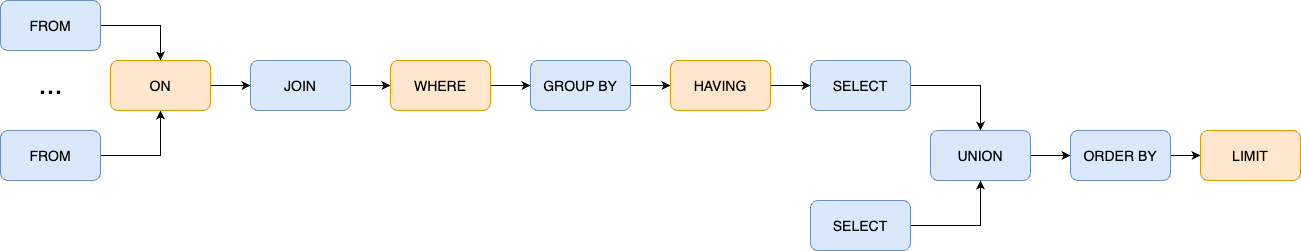
GuanN1ng/GuanN1ng.github.io keeps this draw.io diagram as _posts/image/sql_order.png. Above is the earlier version. Source tidied: cells renumbered, new cells last; positions are measured from the earlier drawing's top-left corner, leaving out a move shared by most shapes. Its diagram source:
```xml
<mxGraphModel>
  <root>
    <mxCell id="0" />
    <mxCell id="1" parent="0" />
    <mxCell id="2" style="edgeStyle=orthogonalEdgeStyle;rounded=0;jettySize=auto;html=1;exitX=1;exitY=0.5;exitDx=0;exitDy=0;entryX=0.5;entryY=0;entryDx=0;entryDy=0;fontSize=14;" parent="1" edge="1" source="3" target="7">
      <mxGeometry relative="1" as="geometry" />
    </mxCell>
    <mxCell id="3" value="&lt;span style=&quot;font-size: 14px;&quot;&gt;FROM&lt;/span&gt;" style="rounded=1;whiteSpace=wrap;html=1;fontSize=26;align=center;fontStyle=0;horizontal=1;verticalAlign=top;fillColor=#dae8fc;strokeColor=#6c8ebf;glass=0;shadow=0;" parent="1" vertex="1">
      <mxGeometry width="100" height="50" as="geometry" />
    </mxCell>
    <mxCell id="4" style="edgeStyle=orthogonalEdgeStyle;rounded=0;jettySize=auto;html=1;exitX=1;exitY=0.5;exitDx=0;exitDy=0;entryX=0.5;entryY=1;entryDx=0;entryDy=0;fontSize=14;" parent="1" edge="1" source="5" target="7">
      <mxGeometry relative="1" as="geometry" />
    </mxCell>
    <mxCell id="5" value="&lt;span style=&quot;font-size: 14px;&quot;&gt;FROM&lt;/span&gt;" style="rounded=1;whiteSpace=wrap;html=1;fontSize=26;align=center;fontStyle=0;horizontal=1;verticalAlign=top;fillColor=#dae8fc;strokeColor=#6c8ebf;glass=0;shadow=0;" parent="1" vertex="1">
      <mxGeometry y="130" width="100" height="50" as="geometry" />
    </mxCell>
    <mxCell id="6" style="edgeStyle=orthogonalEdgeStyle;rounded=0;jettySize=auto;html=1;exitX=1;exitY=0.5;exitDx=0;exitDy=0;entryX=0;entryY=0.5;entryDx=0;entryDy=0;fontSize=14;" parent="1" edge="1" source="7" target="9">
      <mxGeometry relative="1" as="geometry" />
    </mxCell>
    <mxCell id="7" value="&lt;span style=&quot;font-size: 14px;&quot;&gt;ON&lt;/span&gt;" style="rounded=1;whiteSpace=wrap;html=1;fontSize=26;align=center;fontStyle=0;horizontal=1;verticalAlign=top;fillColor=#ffe6cc;strokeColor=#d79b00;glass=0;shadow=0;" parent="1" vertex="1">
      <mxGeometry x="110" y="60" width="100" height="50" as="geometry" />
    </mxCell>
    <mxCell id="8" style="edgeStyle=orthogonalEdgeStyle;rounded=0;jettySize=auto;html=1;exitX=1;exitY=0.5;exitDx=0;exitDy=0;entryX=0;entryY=0.5;entryDx=0;entryDy=0;fontSize=14;" parent="1" edge="1" source="9" target="11">
      <mxGeometry relative="1" as="geometry" />
    </mxCell>
    <mxCell id="9" value="&lt;span style=&quot;font-size: 14px;&quot;&gt;JOIN&lt;/span&gt;" style="rounded=1;whiteSpace=wrap;html=1;fontSize=26;align=center;fontStyle=0;horizontal=1;verticalAlign=top;fillColor=#dae8fc;strokeColor=#6c8ebf;glass=0;shadow=0;" parent="1" vertex="1">
      <mxGeometry x="250" y="60" width="100" height="50" as="geometry" />
    </mxCell>
    <mxCell id="10" style="edgeStyle=orthogonalEdgeStyle;rounded=0;jettySize=auto;html=1;exitX=1;exitY=0.5;exitDx=0;exitDy=0;entryX=0;entryY=0.5;entryDx=0;entryDy=0;fontSize=14;" parent="1" edge="1" source="11" target="13">
      <mxGeometry relative="1" as="geometry" />
    </mxCell>
    <mxCell id="11" value="&lt;span style=&quot;font-size: 14px;&quot;&gt;WHERE&lt;/span&gt;" style="rounded=1;whiteSpace=wrap;html=1;fontSize=26;align=center;fontStyle=0;horizontal=1;verticalAlign=top;fillColor=#ffe6cc;strokeColor=#d79b00;glass=0;shadow=0;" parent="1" vertex="1">
      <mxGeometry x="390" y="60" width="100" height="50" as="geometry" />
    </mxCell>
    <mxCell id="12" style="edgeStyle=orthogonalEdgeStyle;rounded=0;jettySize=auto;html=1;exitX=1;exitY=0.5;exitDx=0;exitDy=0;entryX=0;entryY=0.5;entryDx=0;entryDy=0;fontSize=14;" parent="1" edge="1" source="13" target="15">
      <mxGeometry relative="1" as="geometry" />
    </mxCell>
    <mxCell id="13" value="&lt;span style=&quot;font-size: 14px;&quot;&gt;GROUP BY&lt;/span&gt;" style="rounded=1;whiteSpace=wrap;html=1;fontSize=26;align=center;fontStyle=0;horizontal=1;verticalAlign=top;fillColor=#dae8fc;strokeColor=#6c8ebf;glass=0;shadow=0;" parent="1" vertex="1">
      <mxGeometry x="530" y="60" width="100" height="50" as="geometry" />
    </mxCell>
    <mxCell id="14" style="edgeStyle=orthogonalEdgeStyle;rounded=0;jettySize=auto;html=1;exitX=1;exitY=0.5;exitDx=0;exitDy=0;entryX=0;entryY=0.5;entryDx=0;entryDy=0;fontSize=14;" parent="1" edge="1" source="15" target="17">
      <mxGeometry relative="1" as="geometry" />
    </mxCell>
    <mxCell id="15" value="&lt;span style=&quot;font-size: 14px;&quot;&gt;HAVING&lt;/span&gt;" style="rounded=1;whiteSpace=wrap;html=1;fontSize=26;align=center;fontStyle=0;horizontal=1;verticalAlign=top;fillColor=#ffe6cc;strokeColor=#d79b00;glass=0;shadow=0;" parent="1" vertex="1">
      <mxGeometry x="670" y="60" width="100" height="50" as="geometry" />
    </mxCell>
    <mxCell id="16" style="edgeStyle=orthogonalEdgeStyle;rounded=0;jettySize=auto;html=1;exitX=1;exitY=0.5;exitDx=0;exitDy=0;entryX=0.5;entryY=0;entryDx=0;entryDy=0;fontSize=29;" parent="1" edge="1" source="17" target="19">
      <mxGeometry relative="1" as="geometry" />
    </mxCell>
    <mxCell id="17" value="&lt;span style=&quot;font-size: 14px;&quot;&gt;SELECT&lt;/span&gt;" style="rounded=1;whiteSpace=wrap;html=1;fontSize=26;align=center;fontStyle=0;horizontal=1;verticalAlign=top;fillColor=#dae8fc;strokeColor=#6c8ebf;glass=0;shadow=0;" parent="1" vertex="1">
      <mxGeometry x="810" y="60" width="100" height="50" as="geometry" />
    </mxCell>
    <mxCell id="18" style="edgeStyle=orthogonalEdgeStyle;rounded=0;jettySize=auto;html=1;exitX=1;exitY=0.5;exitDx=0;exitDy=0;fontSize=29;" parent="1" edge="1" source="19" target="21">
      <mxGeometry relative="1" as="geometry" />
    </mxCell>
    <mxCell id="19" value="&lt;span style=&quot;font-size: 14px;&quot;&gt;UNION&lt;/span&gt;" style="rounded=1;whiteSpace=wrap;html=1;fontSize=26;align=center;fontStyle=0;horizontal=1;verticalAlign=top;fillColor=#dae8fc;strokeColor=#6c8ebf;glass=0;shadow=0;" parent="1" vertex="1">
      <mxGeometry x="930" y="130" width="100" height="50" as="geometry" />
    </mxCell>
    <mxCell id="20" style="edgeStyle=orthogonalEdgeStyle;rounded=0;jettySize=auto;html=1;exitX=1;exitY=0.5;exitDx=0;exitDy=0;entryX=0;entryY=0.5;entryDx=0;entryDy=0;fontSize=14;" parent="1" edge="1" source="21" target="22">
      <mxGeometry relative="1" as="geometry" />
    </mxCell>
    <mxCell id="21" value="&lt;span style=&quot;font-size: 14px;&quot;&gt;ORDER BY&lt;/span&gt;" style="rounded=1;whiteSpace=wrap;html=1;fontSize=26;align=center;fontStyle=0;horizontal=1;verticalAlign=top;fillColor=#dae8fc;strokeColor=#6c8ebf;glass=0;shadow=0;" parent="1" vertex="1">
      <mxGeometry x="1070" y="130" width="100" height="50" as="geometry" />
    </mxCell>
    <mxCell id="22" value="&lt;span style=&quot;font-size: 14px;&quot;&gt;LIMIT&lt;/span&gt;" style="rounded=1;whiteSpace=wrap;html=1;fontSize=26;align=center;fontStyle=0;horizontal=1;verticalAlign=top;fillColor=#ffe6cc;strokeColor=#d79b00;glass=0;shadow=0;" parent="1" vertex="1">
      <mxGeometry x="1200" y="130" width="100" height="50" as="geometry" />
    </mxCell>
    <mxCell id="23" style="edgeStyle=orthogonalEdgeStyle;rounded=0;jettySize=auto;html=1;exitX=1;exitY=0.5;exitDx=0;exitDy=0;entryX=0.5;entryY=1;entryDx=0;entryDy=0;fontSize=14;" parent="1" edge="1" source="24" target="19">
      <mxGeometry relative="1" as="geometry" />
    </mxCell>
    <mxCell id="24" value="&lt;span style=&quot;font-size: 14px;&quot;&gt;SELECT&lt;/span&gt;" style="rounded=1;whiteSpace=wrap;html=1;fontSize=26;align=center;fontStyle=0;horizontal=1;verticalAlign=top;fillColor=#dae8fc;strokeColor=#6c8ebf;glass=0;shadow=0;" parent="1" vertex="1">
      <mxGeometry x="810" y="200" width="100" height="50" as="geometry" />
    </mxCell>
    <mxCell id="25" value="..." style="text;html=1;align=center;verticalAlign=middle;strokeColor=none;fillColor=none;fontSize=29;" parent="1" vertex="1">
      <mxGeometry x="25" y="60" width="50" height="50" as="geometry" />
    </mxCell>
  </root>
</mxGraphModel>
```
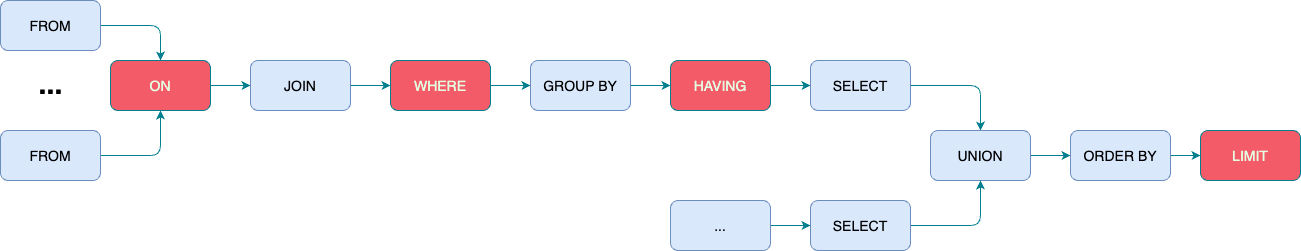
After the change.

Change to the diagram source:
```diff
@@ -2,77 +2,83 @@
   <root>
     <mxCell id="0" />
     <mxCell id="1" parent="0" />
-    <mxCell id="2" style="edgeStyle=orthogonalEdgeStyle;rounded=0;jettySize=auto;html=1;exitX=1;exitY=0.5;exitDx=0;exitDy=0;entryX=0.5;entryY=0;entryDx=0;entryDy=0;fontSize=14;" parent="1" edge="1" source="3" target="7">
+    <mxCell id="2" style="edgeStyle=orthogonalEdgeStyle;rounded=1;jettySize=auto;html=1;exitX=1;exitY=0.5;exitDx=0;exitDy=0;entryX=0.5;entryY=0;entryDx=0;entryDy=0;fontSize=14;labelBackgroundColor=none;strokeColor=#028090;fontColor=default;" parent="1" edge="1" source="3" target="7">
       <mxGeometry relative="1" as="geometry" />
     </mxCell>
-    <mxCell id="3" value="&lt;span style=&quot;font-size: 14px;&quot;&gt;FROM&lt;/span&gt;" style="rounded=1;whiteSpace=wrap;html=1;fontSize=26;align=center;fontStyle=0;horizontal=1;verticalAlign=top;fillColor=#dae8fc;strokeColor=#6c8ebf;glass=0;shadow=0;" parent="1" vertex="1">
+    <mxCell id="3" value="&lt;span style=&quot;font-size: 14px;&quot;&gt;FROM&lt;/span&gt;" style="rounded=1;whiteSpace=wrap;html=1;fontSize=26;align=center;fontStyle=0;horizontal=1;verticalAlign=top;fillColor=#dae8fc;strokeColor=#6c8ebf;glass=0;shadow=0;labelBackgroundColor=none;" parent="1" vertex="1">
       <mxGeometry width="100" height="50" as="geometry" />
     </mxCell>
-    <mxCell id="4" style="edgeStyle=orthogonalEdgeStyle;rounded=0;jettySize=auto;html=1;exitX=1;exitY=0.5;exitDx=0;exitDy=0;entryX=0.5;entryY=1;entryDx=0;entryDy=0;fontSize=14;" parent="1" edge="1" source="5" target="7">
+    <mxCell id="4" style="edgeStyle=orthogonalEdgeStyle;rounded=1;jettySize=auto;html=1;exitX=1;exitY=0.5;exitDx=0;exitDy=0;entryX=0.5;entryY=1;entryDx=0;entryDy=0;fontSize=14;labelBackgroundColor=none;strokeColor=#028090;fontColor=default;" parent="1" edge="1" source="5" target="7">
       <mxGeometry relative="1" as="geometry" />
     </mxCell>
-    <mxCell id="5" value="&lt;span style=&quot;font-size: 14px;&quot;&gt;FROM&lt;/span&gt;" style="rounded=1;whiteSpace=wrap;html=1;fontSize=26;align=center;fontStyle=0;horizontal=1;verticalAlign=top;fillColor=#dae8fc;strokeColor=#6c8ebf;glass=0;shadow=0;" parent="1" vertex="1">
+    <mxCell id="5" value="&lt;span style=&quot;font-size: 14px;&quot;&gt;FROM&lt;/span&gt;" style="rounded=1;whiteSpace=wrap;html=1;fontSize=26;align=center;fontStyle=0;horizontal=1;verticalAlign=top;fillColor=#dae8fc;strokeColor=#6c8ebf;glass=0;shadow=0;labelBackgroundColor=none;" parent="1" vertex="1">
       <mxGeometry y="130" width="100" height="50" as="geometry" />
     </mxCell>
-    <mxCell id="6" style="edgeStyle=orthogonalEdgeStyle;rounded=0;jettySize=auto;html=1;exitX=1;exitY=0.5;exitDx=0;exitDy=0;entryX=0;entryY=0.5;entryDx=0;entryDy=0;fontSize=14;" parent="1" edge="1" source="7" target="9">
+    <mxCell id="6" style="edgeStyle=orthogonalEdgeStyle;rounded=1;jettySize=auto;html=1;exitX=1;exitY=0.5;exitDx=0;exitDy=0;entryX=0;entryY=0.5;entryDx=0;entryDy=0;fontSize=14;labelBackgroundColor=none;strokeColor=#028090;fontColor=default;" parent="1" edge="1" source="7" target="9">
       <mxGeometry relative="1" as="geometry" />
     </mxCell>
-    <mxCell id="7" value="&lt;span style=&quot;font-size: 14px;&quot;&gt;ON&lt;/span&gt;" style="rounded=1;whiteSpace=wrap;html=1;fontSize=26;align=center;fontStyle=0;horizontal=1;verticalAlign=top;fillColor=#ffe6cc;strokeColor=#d79b00;glass=0;shadow=0;" parent="1" vertex="1">
+    <mxCell id="7" value="&lt;span style=&quot;font-size: 14px;&quot;&gt;ON&lt;/span&gt;" style="rounded=1;whiteSpace=wrap;html=1;fontSize=26;align=center;fontStyle=0;horizontal=1;verticalAlign=top;fillColor=#F45B69;strokeColor=#028090;glass=0;shadow=0;labelBackgroundColor=none;fontColor=#E4FDE1;" parent="1" vertex="1">
       <mxGeometry x="110" y="60" width="100" height="50" as="geometry" />
     </mxCell>
-    <mxCell id="8" style="edgeStyle=orthogonalEdgeStyle;rounded=0;jettySize=auto;html=1;exitX=1;exitY=0.5;exitDx=0;exitDy=0;entryX=0;entryY=0.5;entryDx=0;entryDy=0;fontSize=14;" parent="1" edge="1" source="9" target="11">
+    <mxCell id="8" style="edgeStyle=orthogonalEdgeStyle;rounded=1;jettySize=auto;html=1;exitX=1;exitY=0.5;exitDx=0;exitDy=0;entryX=0;entryY=0.5;entryDx=0;entryDy=0;fontSize=14;labelBackgroundColor=none;strokeColor=#028090;fontColor=default;" parent="1" edge="1" source="9" target="11">
       <mxGeometry relative="1" as="geometry" />
     </mxCell>
-    <mxCell id="9" value="&lt;span style=&quot;font-size: 14px;&quot;&gt;JOIN&lt;/span&gt;" style="rounded=1;whiteSpace=wrap;html=1;fontSize=26;align=center;fontStyle=0;horizontal=1;verticalAlign=top;fillColor=#dae8fc;strokeColor=#6c8ebf;glass=0;shadow=0;" parent="1" vertex="1">
+    <mxCell id="9" value="&lt;span style=&quot;font-size: 14px;&quot;&gt;JOIN&lt;/span&gt;" style="rounded=1;whiteSpace=wrap;html=1;fontSize=26;align=center;fontStyle=0;horizontal=1;verticalAlign=top;fillColor=#dae8fc;strokeColor=#6c8ebf;glass=0;shadow=0;labelBackgroundColor=none;" parent="1" vertex="1">
       <mxGeometry x="250" y="60" width="100" height="50" as="geometry" />
     </mxCell>
-    <mxCell id="10" style="edgeStyle=orthogonalEdgeStyle;rounded=0;jettySize=auto;html=1;exitX=1;exitY=0.5;exitDx=0;exitDy=0;entryX=0;entryY=0.5;entryDx=0;entryDy=0;fontSize=14;" parent="1" edge="1" source="11" target="13">
+    <mxCell id="10" style="edgeStyle=orthogonalEdgeStyle;rounded=1;jettySize=auto;html=1;exitX=1;exitY=0.5;exitDx=0;exitDy=0;entryX=0;entryY=0.5;entryDx=0;entryDy=0;fontSize=14;labelBackgroundColor=none;strokeColor=#028090;fontColor=default;" parent="1" edge="1" source="11" target="13">
       <mxGeometry relative="1" as="geometry" />
     </mxCell>
-    <mxCell id="11" value="&lt;span style=&quot;font-size: 14px;&quot;&gt;WHERE&lt;/span&gt;" style="rounded=1;whiteSpace=wrap;html=1;fontSize=26;align=center;fontStyle=0;horizontal=1;verticalAlign=top;fillColor=#ffe6cc;strokeColor=#d79b00;glass=0;shadow=0;" parent="1" vertex="1">
+    <mxCell id="11" value="&lt;span style=&quot;font-size: 14px;&quot;&gt;WHERE&lt;/span&gt;" style="rounded=1;whiteSpace=wrap;html=1;fontSize=26;align=center;fontStyle=0;horizontal=1;verticalAlign=top;fillColor=#F45B69;strokeColor=#028090;glass=0;shadow=0;labelBackgroundColor=none;fontColor=#E4FDE1;" parent="1" vertex="1">
       <mxGeometry x="390" y="60" width="100" height="50" as="geometry" />
     </mxCell>
-    <mxCell id="12" style="edgeStyle=orthogonalEdgeStyle;rounded=0;jettySize=auto;html=1;exitX=1;exitY=0.5;exitDx=0;exitDy=0;entryX=0;entryY=0.5;entryDx=0;entryDy=0;fontSize=14;" parent="1" edge="1" source="13" target="15">
+    <mxCell id="12" style="edgeStyle=orthogonalEdgeStyle;rounded=1;jettySize=auto;html=1;exitX=1;exitY=0.5;exitDx=0;exitDy=0;entryX=0;entryY=0.5;entryDx=0;entryDy=0;fontSize=14;labelBackgroundColor=none;strokeColor=#028090;fontColor=default;" parent="1" edge="1" source="13" target="15">
       <mxGeometry relative="1" as="geometry" />
     </mxCell>
-    <mxCell id="13" value="&lt;span style=&quot;font-size: 14px;&quot;&gt;GROUP BY&lt;/span&gt;" style="rounded=1;whiteSpace=wrap;html=1;fontSize=26;align=center;fontStyle=0;horizontal=1;verticalAlign=top;fillColor=#dae8fc;strokeColor=#6c8ebf;glass=0;shadow=0;" parent="1" vertex="1">
+    <mxCell id="13" value="&lt;span style=&quot;font-size: 14px;&quot;&gt;GROUP BY&lt;/span&gt;" style="rounded=1;whiteSpace=wrap;html=1;fontSize=26;align=center;fontStyle=0;horizontal=1;verticalAlign=top;fillColor=#dae8fc;strokeColor=#6c8ebf;glass=0;shadow=0;labelBackgroundColor=none;" parent="1" vertex="1">
       <mxGeometry x="530" y="60" width="100" height="50" as="geometry" />
     </mxCell>
-    <mxCell id="14" style="edgeStyle=orthogonalEdgeStyle;rounded=0;jettySize=auto;html=1;exitX=1;exitY=0.5;exitDx=0;exitDy=0;entryX=0;entryY=0.5;entryDx=0;entryDy=0;fontSize=14;" parent="1" edge="1" source="15" target="17">
+    <mxCell id="14" style="edgeStyle=orthogonalEdgeStyle;rounded=1;jettySize=auto;html=1;exitX=1;exitY=0.5;exitDx=0;exitDy=0;entryX=0;entryY=0.5;entryDx=0;entryDy=0;fontSize=14;labelBackgroundColor=none;strokeColor=#028090;fontColor=default;" parent="1" edge="1" source="15" target="17">
       <mxGeometry relative="1" as="geometry" />
     </mxCell>
-    <mxCell id="15" value="&lt;span style=&quot;font-size: 14px;&quot;&gt;HAVING&lt;/span&gt;" style="rounded=1;whiteSpace=wrap;html=1;fontSize=26;align=center;fontStyle=0;horizontal=1;verticalAlign=top;fillColor=#ffe6cc;strokeColor=#d79b00;glass=0;shadow=0;" parent="1" vertex="1">
+    <mxCell id="15" value="&lt;span style=&quot;font-size: 14px;&quot;&gt;HAVING&lt;/span&gt;" style="rounded=1;whiteSpace=wrap;html=1;fontSize=26;align=center;fontStyle=0;horizontal=1;verticalAlign=top;fillColor=#F45B69;strokeColor=#028090;glass=0;shadow=0;labelBackgroundColor=none;fontColor=#E4FDE1;" parent="1" vertex="1">
       <mxGeometry x="670" y="60" width="100" height="50" as="geometry" />
     </mxCell>
-    <mxCell id="16" style="edgeStyle=orthogonalEdgeStyle;rounded=0;jettySize=auto;html=1;exitX=1;exitY=0.5;exitDx=0;exitDy=0;entryX=0.5;entryY=0;entryDx=0;entryDy=0;fontSize=29;" parent="1" edge="1" source="17" target="19">
+    <mxCell id="16" style="edgeStyle=orthogonalEdgeStyle;rounded=1;jettySize=auto;html=1;exitX=1;exitY=0.5;exitDx=0;exitDy=0;entryX=0.5;entryY=0;entryDx=0;entryDy=0;fontSize=29;labelBackgroundColor=none;strokeColor=#028090;fontColor=default;" parent="1" edge="1" source="17" target="19">
       <mxGeometry relative="1" as="geometry" />
     </mxCell>
-    <mxCell id="17" value="&lt;span style=&quot;font-size: 14px;&quot;&gt;SELECT&lt;/span&gt;" style="rounded=1;whiteSpace=wrap;html=1;fontSize=26;align=center;fontStyle=0;horizontal=1;verticalAlign=top;fillColor=#dae8fc;strokeColor=#6c8ebf;glass=0;shadow=0;" parent="1" vertex="1">
+    <mxCell id="17" value="&lt;span style=&quot;font-size: 14px;&quot;&gt;SELECT&lt;/span&gt;" style="rounded=1;whiteSpace=wrap;html=1;fontSize=26;align=center;fontStyle=0;horizontal=1;verticalAlign=top;fillColor=#dae8fc;strokeColor=#6c8ebf;glass=0;shadow=0;labelBackgroundColor=none;" parent="1" vertex="1">
       <mxGeometry x="810" y="60" width="100" height="50" as="geometry" />
     </mxCell>
-    <mxCell id="18" style="edgeStyle=orthogonalEdgeStyle;rounded=0;jettySize=auto;html=1;exitX=1;exitY=0.5;exitDx=0;exitDy=0;fontSize=29;" parent="1" edge="1" source="19" target="21">
+    <mxCell id="18" style="edgeStyle=orthogonalEdgeStyle;rounded=1;jettySize=auto;html=1;exitX=1;exitY=0.5;exitDx=0;exitDy=0;fontSize=29;labelBackgroundColor=none;strokeColor=#028090;fontColor=default;" parent="1" edge="1" source="19" target="21">
       <mxGeometry relative="1" as="geometry" />
     </mxCell>
-    <mxCell id="19" value="&lt;span style=&quot;font-size: 14px;&quot;&gt;UNION&lt;/span&gt;" style="rounded=1;whiteSpace=wrap;html=1;fontSize=26;align=center;fontStyle=0;horizontal=1;verticalAlign=top;fillColor=#dae8fc;strokeColor=#6c8ebf;glass=0;shadow=0;" parent="1" vertex="1">
+    <mxCell id="19" value="&lt;span style=&quot;font-size: 14px;&quot;&gt;UNION&lt;/span&gt;" style="rounded=1;whiteSpace=wrap;html=1;fontSize=26;align=center;fontStyle=0;horizontal=1;verticalAlign=top;fillColor=#dae8fc;strokeColor=#6c8ebf;glass=0;shadow=0;labelBackgroundColor=none;" parent="1" vertex="1">
       <mxGeometry x="930" y="130" width="100" height="50" as="geometry" />
     </mxCell>
-    <mxCell id="20" style="edgeStyle=orthogonalEdgeStyle;rounded=0;jettySize=auto;html=1;exitX=1;exitY=0.5;exitDx=0;exitDy=0;entryX=0;entryY=0.5;entryDx=0;entryDy=0;fontSize=14;" parent="1" edge="1" source="21" target="22">
+    <mxCell id="20" style="edgeStyle=orthogonalEdgeStyle;rounded=1;jettySize=auto;html=1;exitX=1;exitY=0.5;exitDx=0;exitDy=0;entryX=0;entryY=0.5;entryDx=0;entryDy=0;fontSize=14;labelBackgroundColor=none;strokeColor=#028090;fontColor=default;" parent="1" edge="1" source="21" target="22">
       <mxGeometry relative="1" as="geometry" />
     </mxCell>
-    <mxCell id="21" value="&lt;span style=&quot;font-size: 14px;&quot;&gt;ORDER BY&lt;/span&gt;" style="rounded=1;whiteSpace=wrap;html=1;fontSize=26;align=center;fontStyle=0;horizontal=1;verticalAlign=top;fillColor=#dae8fc;strokeColor=#6c8ebf;glass=0;shadow=0;" parent="1" vertex="1">
+    <mxCell id="21" value="&lt;span style=&quot;font-size: 14px;&quot;&gt;ORDER BY&lt;/span&gt;" style="rounded=1;whiteSpace=wrap;html=1;fontSize=26;align=center;fontStyle=0;horizontal=1;verticalAlign=top;fillColor=#dae8fc;strokeColor=#6c8ebf;glass=0;shadow=0;labelBackgroundColor=none;" parent="1" vertex="1">
       <mxGeometry x="1070" y="130" width="100" height="50" as="geometry" />
     </mxCell>
-    <mxCell id="22" value="&lt;span style=&quot;font-size: 14px;&quot;&gt;LIMIT&lt;/span&gt;" style="rounded=1;whiteSpace=wrap;html=1;fontSize=26;align=center;fontStyle=0;horizontal=1;verticalAlign=top;fillColor=#ffe6cc;strokeColor=#d79b00;glass=0;shadow=0;" parent="1" vertex="1">
+    <mxCell id="22" value="&lt;span style=&quot;font-size: 14px;&quot;&gt;LIMIT&lt;/span&gt;" style="rounded=1;whiteSpace=wrap;html=1;fontSize=26;align=center;fontStyle=0;horizontal=1;verticalAlign=top;fillColor=#F45B69;strokeColor=#028090;glass=0;shadow=0;labelBackgroundColor=none;fontColor=#E4FDE1;" parent="1" vertex="1">
       <mxGeometry x="1200" y="130" width="100" height="50" as="geometry" />
     </mxCell>
-    <mxCell id="23" style="edgeStyle=orthogonalEdgeStyle;rounded=0;jettySize=auto;html=1;exitX=1;exitY=0.5;exitDx=0;exitDy=0;entryX=0.5;entryY=1;entryDx=0;entryDy=0;fontSize=14;" parent="1" edge="1" source="24" target="19">
+    <mxCell id="23" style="edgeStyle=orthogonalEdgeStyle;rounded=1;jettySize=auto;html=1;exitX=1;exitY=0.5;exitDx=0;exitDy=0;entryX=0.5;entryY=1;entryDx=0;entryDy=0;fontSize=14;labelBackgroundColor=none;strokeColor=#028090;fontColor=default;" parent="1" edge="1" source="24" target="19">
       <mxGeometry relative="1" as="geometry" />
     </mxCell>
-    <mxCell id="24" value="&lt;span style=&quot;font-size: 14px;&quot;&gt;SELECT&lt;/span&gt;" style="rounded=1;whiteSpace=wrap;html=1;fontSize=26;align=center;fontStyle=0;horizontal=1;verticalAlign=top;fillColor=#dae8fc;strokeColor=#6c8ebf;glass=0;shadow=0;" parent="1" vertex="1">
+    <mxCell id="24" value="&lt;span style=&quot;font-size: 14px;&quot;&gt;SELECT&lt;/span&gt;" style="rounded=1;whiteSpace=wrap;html=1;fontSize=26;align=center;fontStyle=0;horizontal=1;verticalAlign=top;fillColor=#dae8fc;strokeColor=#6c8ebf;glass=0;shadow=0;labelBackgroundColor=none;" parent="1" vertex="1">
       <mxGeometry x="810" y="200" width="100" height="50" as="geometry" />
     </mxCell>
-    <mxCell id="25" value="..." style="text;html=1;align=center;verticalAlign=middle;strokeColor=none;fillColor=none;fontSize=29;" parent="1" vertex="1">
+    <mxCell id="25" value="&lt;b&gt;&lt;font color=&quot;#000000&quot;&gt;...&lt;/font&gt;&lt;/b&gt;" style="text;html=1;align=center;verticalAlign=middle;strokeColor=none;fillColor=none;fontSize=29;rounded=1;labelBackgroundColor=none;fontColor=#E4FDE1;" parent="1" vertex="1">
       <mxGeometry x="25" y="60" width="50" height="50" as="geometry" />
     </mxCell>
+    <mxCell id="26" style="edgeStyle=orthogonalEdgeStyle;rounded=0;jettySize=auto;html=1;exitX=1;exitY=0.5;exitDx=0;exitDy=0;strokeColor=#028090;fontColor=#E4FDE1;fillColor=#F45B69;" parent="1" edge="1" source="27" target="24">
+      <mxGeometry relative="1" as="geometry" />
+    </mxCell>
+    <mxCell id="27" value="&lt;span style=&quot;font-size: 14px;&quot;&gt;...&lt;/span&gt;" style="rounded=1;whiteSpace=wrap;html=1;fontSize=26;align=center;fontStyle=0;horizontal=1;verticalAlign=top;fillColor=#dae8fc;strokeColor=#6c8ebf;glass=0;shadow=0;labelBackgroundColor=none;" parent="1" vertex="1">
+      <mxGeometry x="670" y="200" width="100" height="50" as="geometry" />
+    </mxCell>
   </root>
 </mxGraphModel>
```
